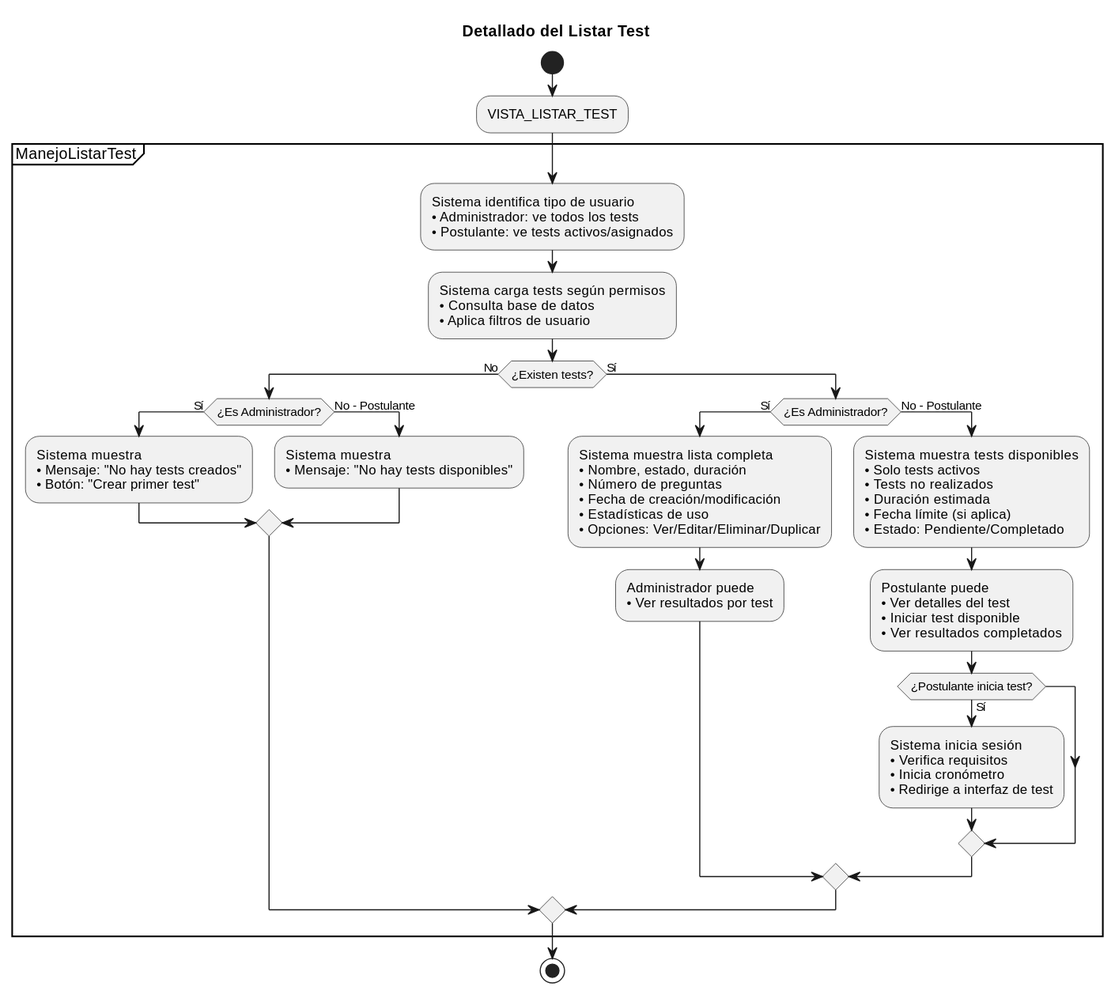
Before: documentos/imagenes/casos_de_uso/diagramas_casos_de_uso_detallados/listar_test.svg, a diagram exported from PlantUML (Dievex/24-25-IdSw1-SDR).
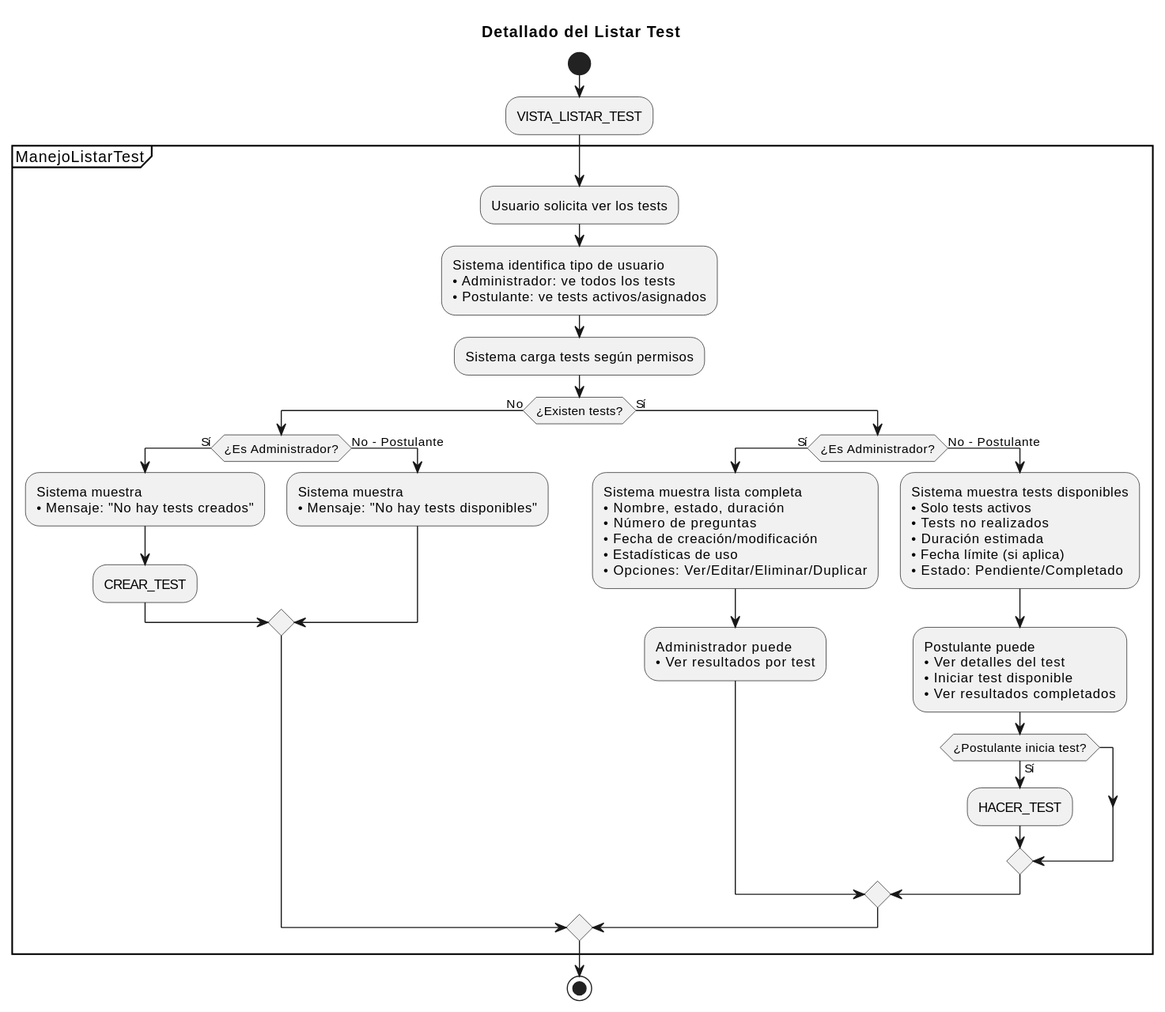
The same file after the commit.

Diff of the diagram source:
```diff
@@ -7,20 +7,21 @@
 
 partition ManejoListarTest {
 
+  :Usuario solicita ver los tests;
+
   :Sistema identifica tipo de usuario
   • Administrador: ve todos los tests
   • Postulante: ve tests activos/asignados;
 
-  :Sistema carga tests según permisos
-  • Consulta base de datos
-  • Aplica filtros de usuario;
+  :Sistema carga tests según permisos;
 
 
   if (¿Existen tests?) then (No)
     if (¿Es Administrador?) then (Sí)
       :Sistema muestra
-      • Mensaje: "No hay tests creados"
-      • Botón: "Crear primer test";
+      • Mensaje: "No hay tests creados";
+
+      :CREAR_TEST;
 
 
     else (No - Postulante)
@@ -57,10 +58,7 @@
 
 
       if (¿Postulante inicia test?) then (Sí)
-        :Sistema inicia sesión
-        • Verifica requisitos
-        • Inicia cronómetro
-        • Redirige a interfaz de test;
+        :HACER_TEST;
 
       endif
 
```
